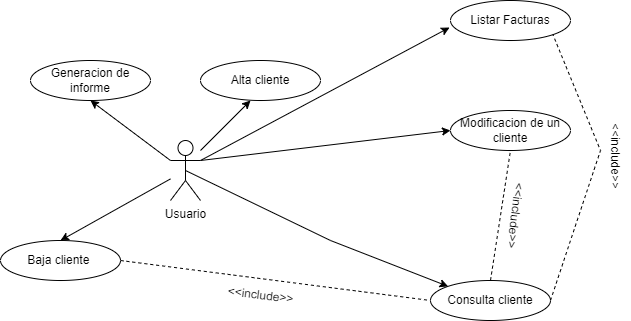
Earlier version of the draw.io export src/Diagramas de casos de uso/Requerimiento1/Grupo/Pablo/casos de uso pablo.drawio.png (palolo25/AD-3.-Tarea-en-equipo.-UML). Source tidied: cells renumbered, new cells last; positions are measured from the earlier drawing's top-left corner, leaving out a move shared by most shapes. Its diagram source:
```xml
<mxGraphModel>
  <root>
    <mxCell id="0" />
    <mxCell id="1" parent="0" />
    <mxCell id="2" value="Usuario&lt;br&gt;" style="shape=umlActor;verticalLabelPosition=bottom;verticalAlign=top;html=1;outlineConnect=0;" parent="1" vertex="1">
      <mxGeometry x="170" y="140" width="30" height="60" as="geometry" />
    </mxCell>
    <mxCell id="3" value="Alta cliente" style="ellipse;whiteSpace=wrap;html=1;" parent="1" vertex="1">
      <mxGeometry x="200" y="60" width="120" height="40" as="geometry" />
    </mxCell>
    <mxCell id="4" value="Consulta cliente" style="ellipse;whiteSpace=wrap;html=1;" parent="1" vertex="1">
      <mxGeometry x="430" y="280" width="120" height="40" as="geometry" />
    </mxCell>
    <mxCell id="5" value="Generacion de informe" style="ellipse;whiteSpace=wrap;html=1;" parent="1" vertex="1">
      <mxGeometry x="30" y="60" width="120" height="40" as="geometry" />
    </mxCell>
    <mxCell id="6" value="Baja cliente&amp;nbsp;" style="ellipse;whiteSpace=wrap;html=1;" parent="1" vertex="1">
      <mxGeometry y="240" width="120" height="40" as="geometry" />
    </mxCell>
    <mxCell id="7" value="Listar Facturas" style="ellipse;whiteSpace=wrap;html=1;" parent="1" vertex="1">
      <mxGeometry x="450" width="120" height="40" as="geometry" />
    </mxCell>
    <mxCell id="8" value="Modificacion de un&lt;br&gt;cliente" style="ellipse;whiteSpace=wrap;html=1;" parent="1" vertex="1">
      <mxGeometry x="450" y="110" width="120" height="40" as="geometry" />
    </mxCell>
    <mxCell id="9" style="endArrow=none;dashed=1;html=1;rounded=0;exitX=1;exitY=0.5;exitDx=0;exitDy=0;entryX=0;entryY=0.5;entryDx=0;entryDy=0;" parent="1" edge="1" source="6" target="4">
      <mxGeometry relative="1" as="geometry" />
    </mxCell>
    <mxCell id="10" value="&amp;lt;&amp;lt;include&amp;gt;&amp;gt;" style="text;html=1;align=center;verticalAlign=middle;strokeColor=none;fillColor=none;rotation=7;" parent="1" vertex="1">
      <mxGeometry x="215" y="280" width="90" height="30" as="geometry" />
    </mxCell>
    <mxCell id="11" style="endArrow=classic;html=1;rounded=0;exitX=0.5;exitY=0.5;exitDx=0;exitDy=0;exitPerimeter=0;entryX=0;entryY=0;entryDx=0;entryDy=0;" parent="1" edge="1" source="2" target="4">
      <mxGeometry relative="1" as="geometry">
        <Array as="points">
          <mxPoint x="330" y="240" />
        </Array>
      </mxGeometry>
    </mxCell>
    <mxCell id="12" style="endArrow=classic;html=1;rounded=0;entryX=0.5;entryY=1;entryDx=0;entryDy=0;exitX=0;exitY=0.3333333333333333;exitDx=0;exitDy=0;exitPerimeter=0;" parent="1" edge="1" source="2" target="5">
      <mxGeometry relative="1" as="geometry" />
    </mxCell>
    <mxCell id="13" style="endArrow=classic;html=1;rounded=0;entryX=0.5;entryY=0;entryDx=0;entryDy=0;" parent="1" edge="1" source="2" target="6">
      <mxGeometry relative="1" as="geometry" />
    </mxCell>
    <mxCell id="14" style="endArrow=classic;html=1;rounded=0;" parent="1" edge="1">
      <mxGeometry relative="1" as="geometry">
        <mxPoint x="200" y="150" as="sourcePoint" />
        <mxPoint x="250" y="100" as="targetPoint" />
      </mxGeometry>
    </mxCell>
    <mxCell id="15" style="endArrow=classic;html=1;rounded=0;entryX=-0.008;entryY=0.675;entryDx=0;entryDy=0;entryPerimeter=0;exitX=1;exitY=0.3333333333333333;exitDx=0;exitDy=0;exitPerimeter=0;" parent="1" edge="1" source="2" target="7">
      <mxGeometry relative="1" as="geometry" />
    </mxCell>
    <mxCell id="16" style="endArrow=classic;html=1;rounded=0;entryX=0;entryY=0.5;entryDx=0;entryDy=0;" parent="1" edge="1" target="8">
      <mxGeometry relative="1" as="geometry">
        <mxPoint x="200" y="160" as="sourcePoint" />
      </mxGeometry>
    </mxCell>
    <mxCell id="17" style="endArrow=none;dashed=1;html=1;rounded=0;entryX=0.5;entryY=1;entryDx=0;entryDy=0;exitX=0.5;exitY=0;exitDx=0;exitDy=0;" parent="1" edge="1" source="4" target="8">
      <mxGeometry relative="1" as="geometry" />
    </mxCell>
    <mxCell id="18" value="&amp;lt;&amp;lt;include&amp;gt;&amp;gt;" style="text;html=1;align=center;verticalAlign=middle;strokeColor=none;fillColor=none;rotation=97;" parent="1" vertex="1">
      <mxGeometry x="470" y="200" width="90" height="30" as="geometry" />
    </mxCell>
    <mxCell id="19" style="endArrow=none;dashed=1;html=1;rounded=0;entryX=1;entryY=1;entryDx=0;entryDy=0;exitX=1;exitY=0.5;exitDx=0;exitDy=0;" parent="1" edge="1" source="4" target="7">
      <mxGeometry relative="1" as="geometry">
        <Array as="points">
          <mxPoint x="600" y="150" />
        </Array>
      </mxGeometry>
    </mxCell>
    <mxCell id="20" value="&amp;lt;&amp;lt;include&amp;gt;&amp;gt;" style="text;html=1;align=center;verticalAlign=middle;strokeColor=none;fillColor=none;rotation=90;" parent="1" vertex="1">
      <mxGeometry x="570" y="140" width="90" height="30" as="geometry" />
    </mxCell>
  </root>
</mxGraphModel>
```
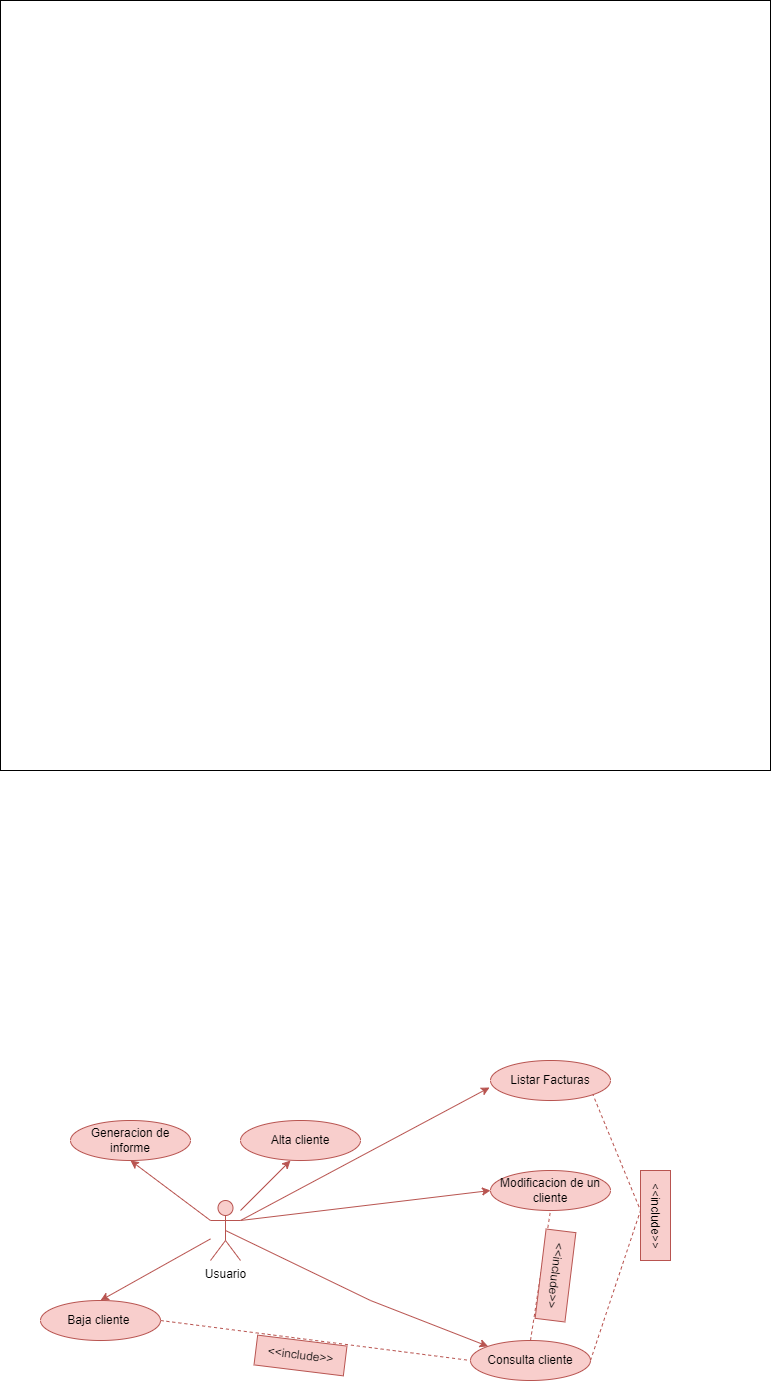
After the commit.

The edit, as a diff of the source:
```diff
@@ -2,75 +2,78 @@
   <root>
     <mxCell id="0" />
     <mxCell id="1" parent="0" />
-    <mxCell id="2" value="Usuario&lt;br&gt;" style="shape=umlActor;verticalLabelPosition=bottom;verticalAlign=top;html=1;outlineConnect=0;" parent="1" vertex="1">
+    <mxCell id="2" value="Usuario&lt;br&gt;" style="shape=umlActor;verticalLabelPosition=bottom;verticalAlign=top;html=1;outlineConnect=0;fillColor=#f8cecc;strokeColor=#b85450;" parent="1" vertex="1">
       <mxGeometry x="170" y="140" width="30" height="60" as="geometry" />
     </mxCell>
-    <mxCell id="3" value="Alta cliente" style="ellipse;whiteSpace=wrap;html=1;" parent="1" vertex="1">
+    <mxCell id="3" value="Alta cliente" style="ellipse;whiteSpace=wrap;html=1;fillColor=#f8cecc;strokeColor=#b85450;" parent="1" vertex="1">
       <mxGeometry x="200" y="60" width="120" height="40" as="geometry" />
     </mxCell>
-    <mxCell id="4" value="Consulta cliente" style="ellipse;whiteSpace=wrap;html=1;" parent="1" vertex="1">
+    <mxCell id="4" value="Consulta cliente" style="ellipse;whiteSpace=wrap;html=1;fillColor=#f8cecc;strokeColor=#b85450;" parent="1" vertex="1">
       <mxGeometry x="430" y="280" width="120" height="40" as="geometry" />
     </mxCell>
-    <mxCell id="5" value="Generacion de informe" style="ellipse;whiteSpace=wrap;html=1;" parent="1" vertex="1">
+    <mxCell id="5" value="Generacion de informe" style="ellipse;whiteSpace=wrap;html=1;fillColor=#f8cecc;strokeColor=#b85450;" parent="1" vertex="1">
       <mxGeometry x="30" y="60" width="120" height="40" as="geometry" />
     </mxCell>
-    <mxCell id="6" value="Baja cliente&amp;nbsp;" style="ellipse;whiteSpace=wrap;html=1;" parent="1" vertex="1">
+    <mxCell id="6" value="Baja cliente&amp;nbsp;" style="ellipse;whiteSpace=wrap;html=1;fillColor=#f8cecc;strokeColor=#b85450;" parent="1" vertex="1">
       <mxGeometry y="240" width="120" height="40" as="geometry" />
     </mxCell>
-    <mxCell id="7" value="Listar Facturas" style="ellipse;whiteSpace=wrap;html=1;" parent="1" vertex="1">
+    <mxCell id="7" value="Listar Facturas" style="ellipse;whiteSpace=wrap;html=1;fillColor=#f8cecc;strokeColor=#b85450;" parent="1" vertex="1">
       <mxGeometry x="450" width="120" height="40" as="geometry" />
     </mxCell>
-    <mxCell id="8" value="Modificacion de un&lt;br&gt;cliente" style="ellipse;whiteSpace=wrap;html=1;" parent="1" vertex="1">
+    <mxCell id="8" value="Modificacion de un&lt;br&gt;cliente" style="ellipse;whiteSpace=wrap;html=1;fillColor=#f8cecc;strokeColor=#b85450;" parent="1" vertex="1">
       <mxGeometry x="450" y="110" width="120" height="40" as="geometry" />
     </mxCell>
-    <mxCell id="9" style="endArrow=none;dashed=1;html=1;rounded=0;exitX=1;exitY=0.5;exitDx=0;exitDy=0;entryX=0;entryY=0.5;entryDx=0;entryDy=0;" parent="1" edge="1" source="6" target="4">
+    <mxCell id="9" style="endArrow=none;dashed=1;html=1;rounded=0;exitX=1;exitY=0.5;exitDx=0;exitDy=0;entryX=0;entryY=0.5;entryDx=0;entryDy=0;fillColor=#f8cecc;strokeColor=#b85450;" parent="1" edge="1" source="6" target="4">
       <mxGeometry relative="1" as="geometry" />
     </mxCell>
-    <mxCell id="10" value="&amp;lt;&amp;lt;include&amp;gt;&amp;gt;" style="text;html=1;align=center;verticalAlign=middle;strokeColor=none;fillColor=none;rotation=7;" parent="1" vertex="1">
+    <mxCell id="10" value="&amp;lt;&amp;lt;include&amp;gt;&amp;gt;" style="text;html=1;align=center;verticalAlign=middle;rotation=7;fillColor=#f8cecc;strokeColor=#b85450;" parent="1" vertex="1">
       <mxGeometry x="215" y="280" width="90" height="30" as="geometry" />
     </mxCell>
-    <mxCell id="11" style="endArrow=classic;html=1;rounded=0;exitX=0.5;exitY=0.5;exitDx=0;exitDy=0;exitPerimeter=0;entryX=0;entryY=0;entryDx=0;entryDy=0;" parent="1" edge="1" source="2" target="4">
+    <mxCell id="11" style="endArrow=classic;html=1;rounded=0;exitX=0.5;exitY=0.5;exitDx=0;exitDy=0;exitPerimeter=0;entryX=0;entryY=0;entryDx=0;entryDy=0;fillColor=#f8cecc;strokeColor=#b85450;" parent="1" edge="1" source="2" target="4">
       <mxGeometry relative="1" as="geometry">
         <Array as="points">
           <mxPoint x="330" y="240" />
         </Array>
       </mxGeometry>
     </mxCell>
-    <mxCell id="12" style="endArrow=classic;html=1;rounded=0;entryX=0.5;entryY=1;entryDx=0;entryDy=0;exitX=0;exitY=0.3333333333333333;exitDx=0;exitDy=0;exitPerimeter=0;" parent="1" edge="1" source="2" target="5">
+    <mxCell id="12" style="endArrow=classic;html=1;rounded=0;entryX=0.5;entryY=1;entryDx=0;entryDy=0;exitX=0;exitY=0.3333333333333333;exitDx=0;exitDy=0;exitPerimeter=0;fillColor=#f8cecc;strokeColor=#b85450;" parent="1" edge="1" source="2" target="5">
       <mxGeometry relative="1" as="geometry" />
     </mxCell>
-    <mxCell id="13" style="endArrow=classic;html=1;rounded=0;entryX=0.5;entryY=0;entryDx=0;entryDy=0;" parent="1" edge="1" source="2" target="6">
+    <mxCell id="13" style="endArrow=classic;html=1;rounded=0;entryX=0.5;entryY=0;entryDx=0;entryDy=0;fillColor=#f8cecc;strokeColor=#b85450;" parent="1" edge="1" source="2" target="6">
       <mxGeometry relative="1" as="geometry" />
     </mxCell>
-    <mxCell id="14" style="endArrow=classic;html=1;rounded=0;" parent="1" edge="1">
+    <mxCell id="14" style="endArrow=classic;html=1;rounded=0;fillColor=#f8cecc;strokeColor=#b85450;" parent="1" edge="1">
       <mxGeometry relative="1" as="geometry">
         <mxPoint x="200" y="150" as="sourcePoint" />
         <mxPoint x="250" y="100" as="targetPoint" />
       </mxGeometry>
     </mxCell>
-    <mxCell id="15" style="endArrow=classic;html=1;rounded=0;entryX=-0.008;entryY=0.675;entryDx=0;entryDy=0;entryPerimeter=0;exitX=1;exitY=0.3333333333333333;exitDx=0;exitDy=0;exitPerimeter=0;" parent="1" edge="1" source="2" target="7">
+    <mxCell id="15" style="endArrow=classic;html=1;rounded=0;entryX=-0.008;entryY=0.675;entryDx=0;entryDy=0;entryPerimeter=0;exitX=1;exitY=0.3333333333333333;exitDx=0;exitDy=0;exitPerimeter=0;fillColor=#f8cecc;strokeColor=#b85450;" parent="1" edge="1" source="2" target="7">
       <mxGeometry relative="1" as="geometry" />
     </mxCell>
-    <mxCell id="16" style="endArrow=classic;html=1;rounded=0;entryX=0;entryY=0.5;entryDx=0;entryDy=0;" parent="1" edge="1" target="8">
+    <mxCell id="16" style="endArrow=classic;html=1;rounded=0;entryX=0;entryY=0.5;entryDx=0;entryDy=0;fillColor=#f8cecc;strokeColor=#b85450;" parent="1" edge="1" target="8">
       <mxGeometry relative="1" as="geometry">
         <mxPoint x="200" y="160" as="sourcePoint" />
       </mxGeometry>
     </mxCell>
-    <mxCell id="17" style="endArrow=none;dashed=1;html=1;rounded=0;entryX=0.5;entryY=1;entryDx=0;entryDy=0;exitX=0.5;exitY=0;exitDx=0;exitDy=0;" parent="1" edge="1" source="4" target="8">
+    <mxCell id="17" style="endArrow=none;dashed=1;html=1;rounded=0;entryX=0.5;entryY=1;entryDx=0;entryDy=0;exitX=0.5;exitY=0;exitDx=0;exitDy=0;fillColor=#f8cecc;strokeColor=#b85450;" parent="1" edge="1" source="4" target="8">
       <mxGeometry relative="1" as="geometry" />
     </mxCell>
-    <mxCell id="18" value="&amp;lt;&amp;lt;include&amp;gt;&amp;gt;" style="text;html=1;align=center;verticalAlign=middle;strokeColor=none;fillColor=none;rotation=97;" parent="1" vertex="1">
+    <mxCell id="18" value="&amp;lt;&amp;lt;include&amp;gt;&amp;gt;" style="text;html=1;align=center;verticalAlign=middle;rotation=97;fillColor=#f8cecc;strokeColor=#b85450;" parent="1" vertex="1">
       <mxGeometry x="470" y="200" width="90" height="30" as="geometry" />
     </mxCell>
-    <mxCell id="19" style="endArrow=none;dashed=1;html=1;rounded=0;entryX=1;entryY=1;entryDx=0;entryDy=0;exitX=1;exitY=0.5;exitDx=0;exitDy=0;" parent="1" edge="1" source="4" target="7">
+    <mxCell id="19" style="endArrow=none;dashed=1;html=1;rounded=0;entryX=1;entryY=1;entryDx=0;entryDy=0;exitX=1;exitY=0.5;exitDx=0;exitDy=0;fillColor=#f8cecc;strokeColor=#b85450;" parent="1" edge="1" source="4" target="7">
       <mxGeometry relative="1" as="geometry">
         <Array as="points">
           <mxPoint x="600" y="150" />
         </Array>
       </mxGeometry>
     </mxCell>
-    <mxCell id="20" value="&amp;lt;&amp;lt;include&amp;gt;&amp;gt;" style="text;html=1;align=center;verticalAlign=middle;strokeColor=none;fillColor=none;rotation=90;" parent="1" vertex="1">
+    <mxCell id="20" value="&amp;lt;&amp;lt;include&amp;gt;&amp;gt;" style="text;html=1;align=center;verticalAlign=middle;rotation=90;fillColor=#f8cecc;strokeColor=#b85450;" parent="1" vertex="1">
       <mxGeometry x="570" y="140" width="90" height="30" as="geometry" />
     </mxCell>
+    <mxCell id="21" style="whiteSpace=wrap;html=1;" parent="1" vertex="1">
+      <mxGeometry x="-40" y="-1060" width="770" height="770" as="geometry" />
+    </mxCell>
   </root>
 </mxGraphModel>
```
